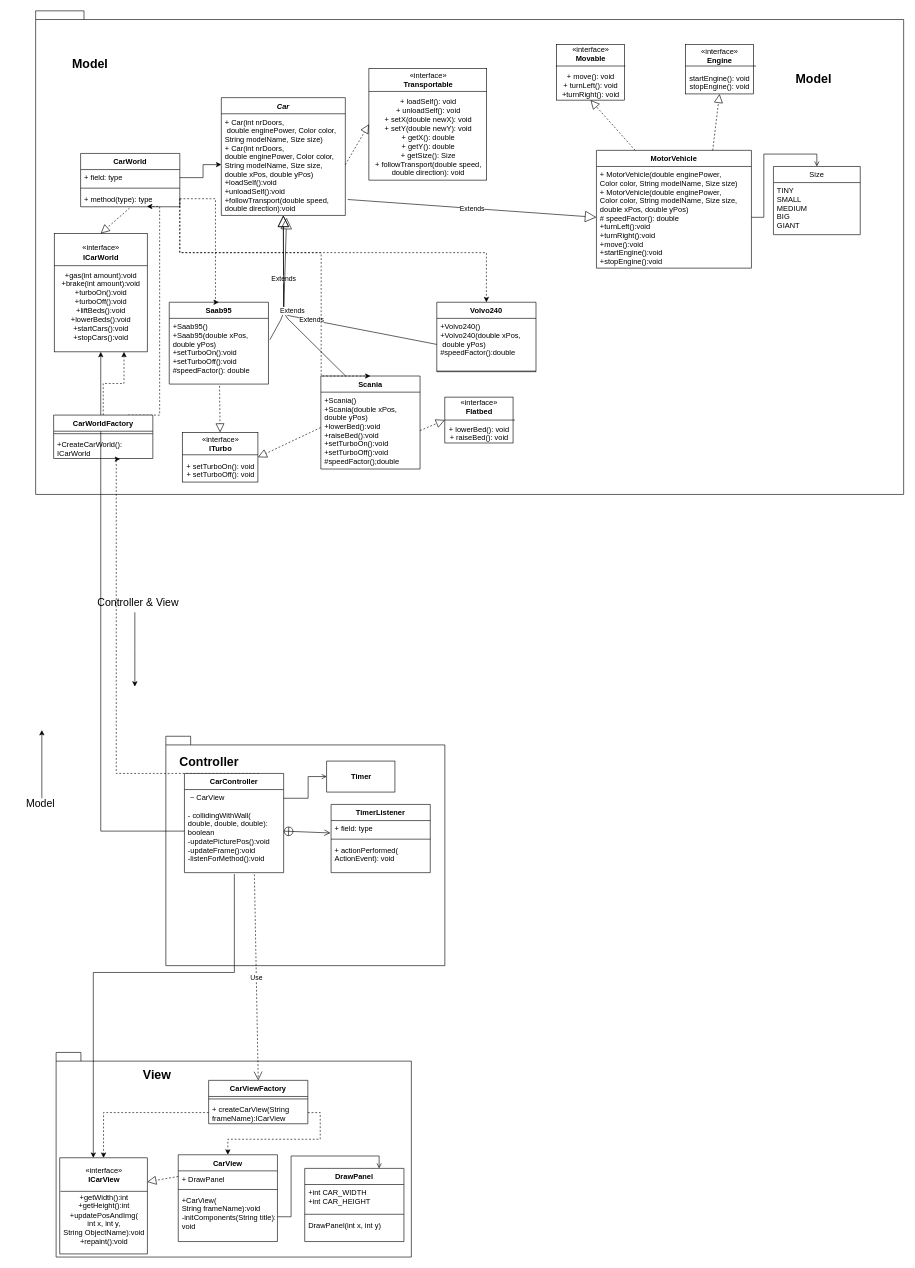
FHanberg/Labb-2-Del-B keeps this draw.io diagram as Labb2Nicer.drawio. Above is the earlier version. Source tidied: cells renumbered, new cells numbered last; positions are measured from the earlier drawing's top-left corner, leaving out a move shared by most shapes. Both pictures are drawn from the tidied source at 62%, with x=0, y=0 at pixel (11, 11).
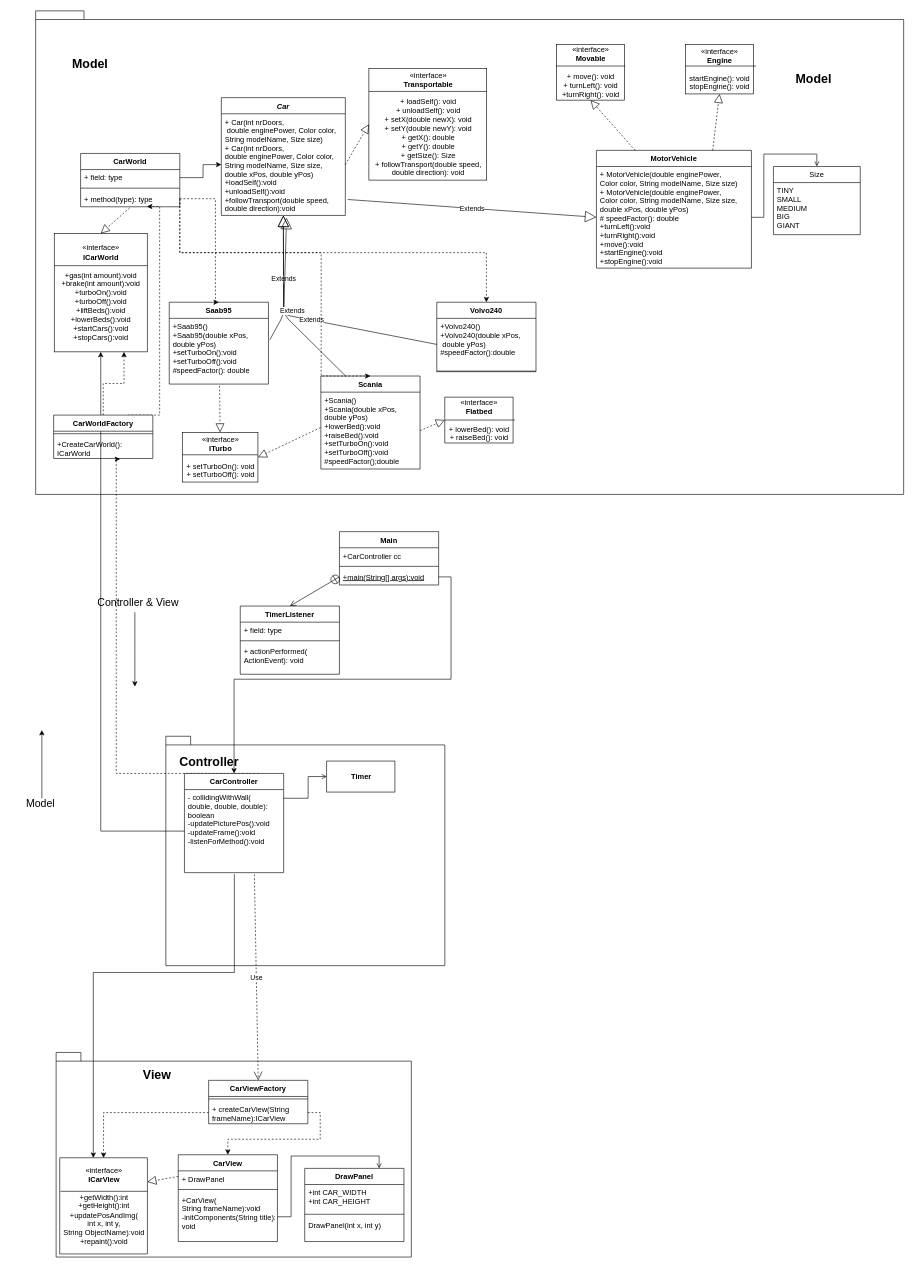
The same diagram, later.

The change refers to these unchanged cells:
```xml
<mxCell id="39" value="CarController" style="swimlane;fontStyle=1;align=center;verticalAlign=top;horizontal=1;startSize=26;" parent="1" vertex="1">
  <mxGeometry x="280" y="1230" width="160" height="160" as="geometry" />
</mxCell>
<mxCell id="48" value="+ field: type" style="text;strokeColor=none;fillColor=none;align=left;verticalAlign=top;spacingLeft=4;spacingRight=4;overflow=hidden;points=[[0,0.5],[1,0.5]];portConstraint=eastwest;" parent="47" vertex="1">
  <mxGeometry y="26" width="160" height="26" as="geometry" />
</mxCell>
```

The edit, as a diff of the source:
```diff
@@
-    <mxCell id="40" value=" ~ CarView&#10;&#10;- collidingWithWall(&#10;double, double, double): &#10;boolean&#10;-updatePicturePos():void&#10;-updateFrame():void&#10;-listenForMethod():void" style="text;strokeColor=none;fillColor=none;align=left;verticalAlign=top;spacingLeft=4;spacingRight=4;overflow=hidden;points=[[0,0.5],[1,0.5]];portConstraint=eastwest;" parent="39" vertex="1">
+    <mxCell id="40" value="- collidingWithWall(&#10;double, double, double): &#10;boolean&#10;-updatePicturePos():void&#10;-updateFrame():void&#10;-listenForMethod():void" style="text;strokeColor=none;fillColor=none;align=left;verticalAlign=top;spacingLeft=4;spacingRight=4;overflow=hidden;points=[[0,0.5],[1,0.5]];portConstraint=eastwest;" parent="39" vertex="1">
       <mxGeometry y="26" width="160" height="134" as="geometry" />
     </mxCell>
@@
     <mxCell id="47" value="TimerListener" style="swimlane;fontStyle=1;align=center;verticalAlign=top;horizontal=1;startSize=26;" parent="1" vertex="1">
-      <mxGeometry x="516.5" y="1280" width="160" height="110" as="geometry" />
+      <mxGeometry x="370" y="960" width="160" height="110" as="geometry" />
     </mxCell>
@@
-    <mxCell id="53" style="endArrow=open;startArrow=circlePlus;endFill=0;startFill=0;endSize=8;html=1;exitX=1;exitY=0.5;exitDx=0;exitDy=0;entryX=-0.006;entryY=0.769;entryDx=0;entryDy=0;entryPerimeter=0;" parent="1" edge="1" source="40" target="48">
+    <mxCell id="53" style="endArrow=open;startArrow=circlePlus;endFill=0;startFill=0;endSize=8;html=1;exitX=0;exitY=0.5;exitDx=0;exitDy=0;entryX=0.5;entryY=0;entryDx=0;entryDy=0;" parent="1" edge="1" source="96" target="47">
       <mxGeometry relative="1" as="geometry" />
     </mxCell>
@@
+    <mxCell id="93" value="Main" style="swimlane;fontStyle=1;align=center;verticalAlign=top;horizontal=1;startSize=26;" parent="1" vertex="1">
+      <mxGeometry x="530" y="840" width="160" height="86" as="geometry" />
+    </mxCell>
+    <mxCell id="94" value="+CarController cc" style="text;strokeColor=none;fillColor=none;align=left;verticalAlign=top;spacingLeft=4;spacingRight=4;overflow=hidden;" parent="93" vertex="1">
+      <mxGeometry y="26" width="160" height="26" as="geometry" />
+    </mxCell>
+    <mxCell id="95" style="line;strokeWidth=1;fillColor=none;align=left;verticalAlign=middle;spacingTop=-1;spacingLeft=3;spacingRight=3;labelPosition=right;" parent="93" vertex="1">
+      <mxGeometry y="52" width="160" height="8" as="geometry" />
+    </mxCell>
+    <mxCell id="96" value="+main(String[] args):void" style="text;strokeColor=none;fillColor=none;align=left;verticalAlign=top;spacingLeft=4;spacingRight=4;overflow=hidden;points=[[0,0.5],[1,0.5]];portConstraint=eastwest;fontStyle=4;" parent="93" vertex="1">
+      <mxGeometry y="60" width="160" height="26" as="geometry" />
+    </mxCell>
+    <mxCell id="97" style="edgeStyle=orthogonalEdgeStyle;rounded=0;jettySize=auto;html=1;exitX=1;exitY=0.5;exitDx=0;exitDy=0;" parent="1" edge="1" source="96" target="39">
+      <mxGeometry relative="1" as="geometry" />
+    </mxCell>
```
